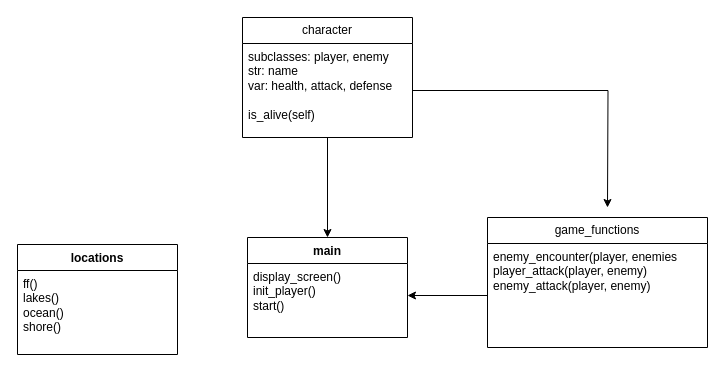
akiaxin/ProgrammingProject keeps this draw.io diagram as images/Untitled Diagram.drawio. Above is the earlier version. Source tidied: cells renumbered, new cells numbered last; positions are measured from the earlier drawing's top-left corner, leaving out a move shared by most shapes. Both pictures are drawn from the tidied source at 100%, with x=0, y=0 at pixel (17, 17).
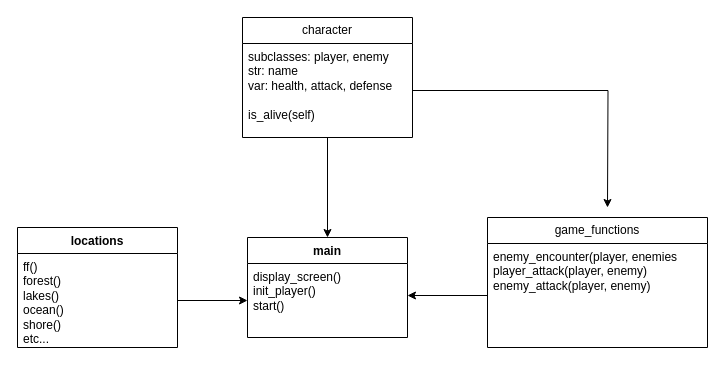
After the change.

Diff of the diagram source:
```diff
@@
 <mxGraphModel>
   <root>
     <mxCell id="0" />
     <mxCell id="1" parent="0" />
     <mxCell id="2" value="main" style="swimlane;fontStyle=1;align=center;verticalAlign=top;horizontal=1;startSize=26;whiteSpace=wrap;html=1;" parent="1" vertex="1">
       <mxGeometry x="230" y="220" width="160" height="100" as="geometry" />
     </mxCell>
     <mxCell id="3" value="display_screen()&lt;br&gt;init_player()&lt;br&gt;start()" style="text;strokeColor=none;fillColor=none;align=left;verticalAlign=top;spacingLeft=4;spacingRight=4;overflow=hidden;points=[[0,0.5],[1,0.5]];portConstraint=eastwest;whiteSpace=wrap;html=1;" parent="2" vertex="1">
       <mxGeometry y="26" width="160" height="74" as="geometry" />
     </mxCell>
     <mxCell id="4" value="game_functions" style="swimlane;fontStyle=0;horizontal=1;startSize=26;fillColor=none;whiteSpace=wrap;html=1;" parent="1" vertex="1">
       <mxGeometry x="470" y="200" width="220" height="130" as="geometry" />
     </mxCell>
     <mxCell id="5" style="edgeStyle=orthogonalEdgeStyle;rounded=0;jettySize=auto;html=1;" parent="4" edge="1" source="6">
       <mxGeometry relative="1" as="geometry">
         <mxPoint x="-80" y="78" as="targetPoint" />
       </mxGeometry>
     </mxCell>
     <mxCell id="6" value="enemy_encounter(player, enemies&lt;br&gt;player_attack(player, enemy)&lt;br&gt;enemy_attack(player, enemy)" style="text;strokeColor=none;fillColor=none;align=left;verticalAlign=top;spacingLeft=4;spacingRight=4;overflow=hidden;points=[[0,0.5],[1,0.5]];portConstraint=eastwest;whiteSpace=wrap;html=1;" parent="4" vertex="1">
       <mxGeometry y="26" width="220" height="104" as="geometry" />
     </mxCell>
     <mxCell id="7" style="edgeStyle=orthogonalEdgeStyle;rounded=0;jettySize=auto;html=1;entryX=0.5;entryY=0;entryDx=0;entryDy=0;" parent="1" edge="1" source="8" target="2">
       <mxGeometry relative="1" as="geometry" />
     </mxCell>
     <mxCell id="8" value="character" style="swimlane;fontStyle=0;horizontal=1;startSize=26;fillColor=none;whiteSpace=wrap;html=1;" parent="1" vertex="1">
       <mxGeometry x="225" width="170" height="120" as="geometry" />
     </mxCell>
     <mxCell id="9" style="edgeStyle=orthogonalEdgeStyle;rounded=0;jettySize=auto;html=1;" parent="8" edge="1" source="10">
       <mxGeometry relative="1" as="geometry">
         <mxPoint x="365" y="190" as="targetPoint" />
       </mxGeometry>
     </mxCell>
     <mxCell id="10" value="subclasses: player, enemy&lt;br&gt;str: name&lt;br&gt;var: health, attack, defense&lt;br&gt;&lt;br&gt;is_alive(self)" style="text;strokeColor=none;fillColor=none;align=left;verticalAlign=top;spacingLeft=4;spacingRight=4;overflow=hidden;points=[[0,0.5],[1,0.5]];portConstraint=eastwest;whiteSpace=wrap;html=1;" parent="8" vertex="1">
       <mxGeometry y="26" width="170" height="94" as="geometry" />
     </mxCell>
     <mxCell id="11" value="locations" style="swimlane;fontStyle=1;align=center;verticalAlign=top;horizontal=1;startSize=26;whiteSpace=wrap;html=1;" parent="1" vertex="1">
-      <mxGeometry y="227" width="160" height="110" as="geometry" />
+      <mxGeometry y="210" width="160" height="120" as="geometry" />
     </mxCell>
-    <mxCell id="12" value="ff()&lt;br&gt;lakes()&lt;br&gt;ocean()&lt;br&gt;shore()" style="text;strokeColor=none;fillColor=none;align=left;verticalAlign=top;spacingLeft=4;spacingRight=4;overflow=hidden;points=[[0,0.5],[1,0.5]];portConstraint=eastwest;whiteSpace=wrap;html=1;" parent="11" vertex="1">
-      <mxGeometry y="26" width="160" height="84" as="geometry" />
+    <mxCell id="12" value="ff()&lt;div&gt;forest()&lt;br&gt;lakes()&lt;br&gt;ocean()&lt;br&gt;shore()&lt;div&gt;etc...&lt;/div&gt;&lt;/div&gt;" style="text;strokeColor=none;fillColor=none;align=left;verticalAlign=top;spacingLeft=4;spacingRight=4;overflow=hidden;points=[[0,0.5],[1,0.5]];portConstraint=eastwest;whiteSpace=wrap;html=1;" parent="11" vertex="1">
+      <mxGeometry y="26" width="160" height="94" as="geometry" />
     </mxCell>
+    <mxCell id="13" style="edgeStyle=orthogonalEdgeStyle;rounded=0;jettySize=auto;html=1;entryX=0;entryY=0.5;entryDx=0;entryDy=0;" parent="1" edge="1" source="12" target="3">
+      <mxGeometry relative="1" as="geometry" />
+    </mxCell>
   </root>
 </mxGraphModel>
```
